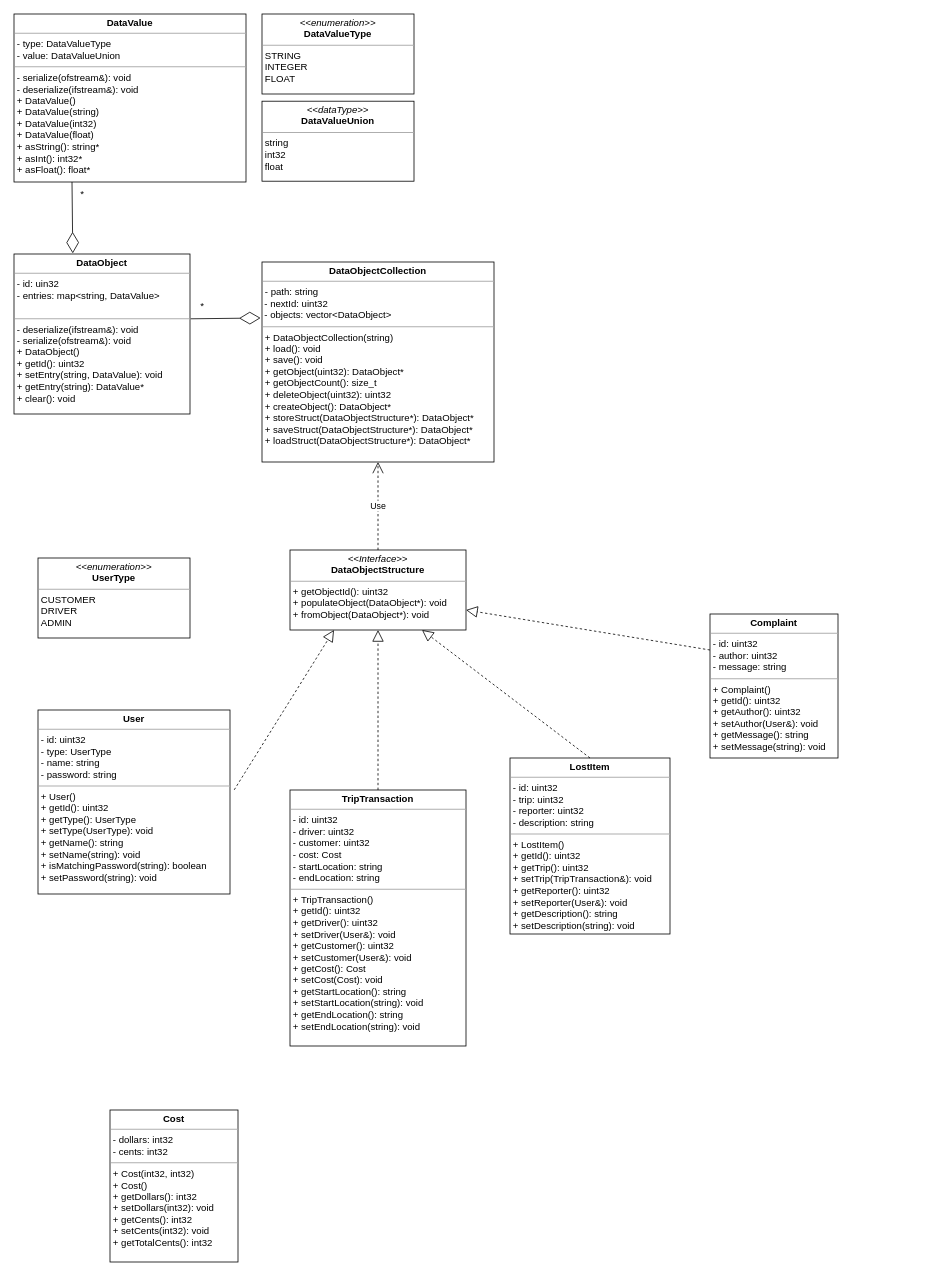
Above: diagrams/UML.drawio in ShoailRafiq/CS103A2 (draw.io), before the change. Source tidied: cells renumbered, new cells numbered last; positions are measured from the earlier drawing's top-left corner, leaving out a move shared by most shapes. Both pictures are drawn from the tidied source at 80%, with x=0, y=0 at pixel (14, 14).
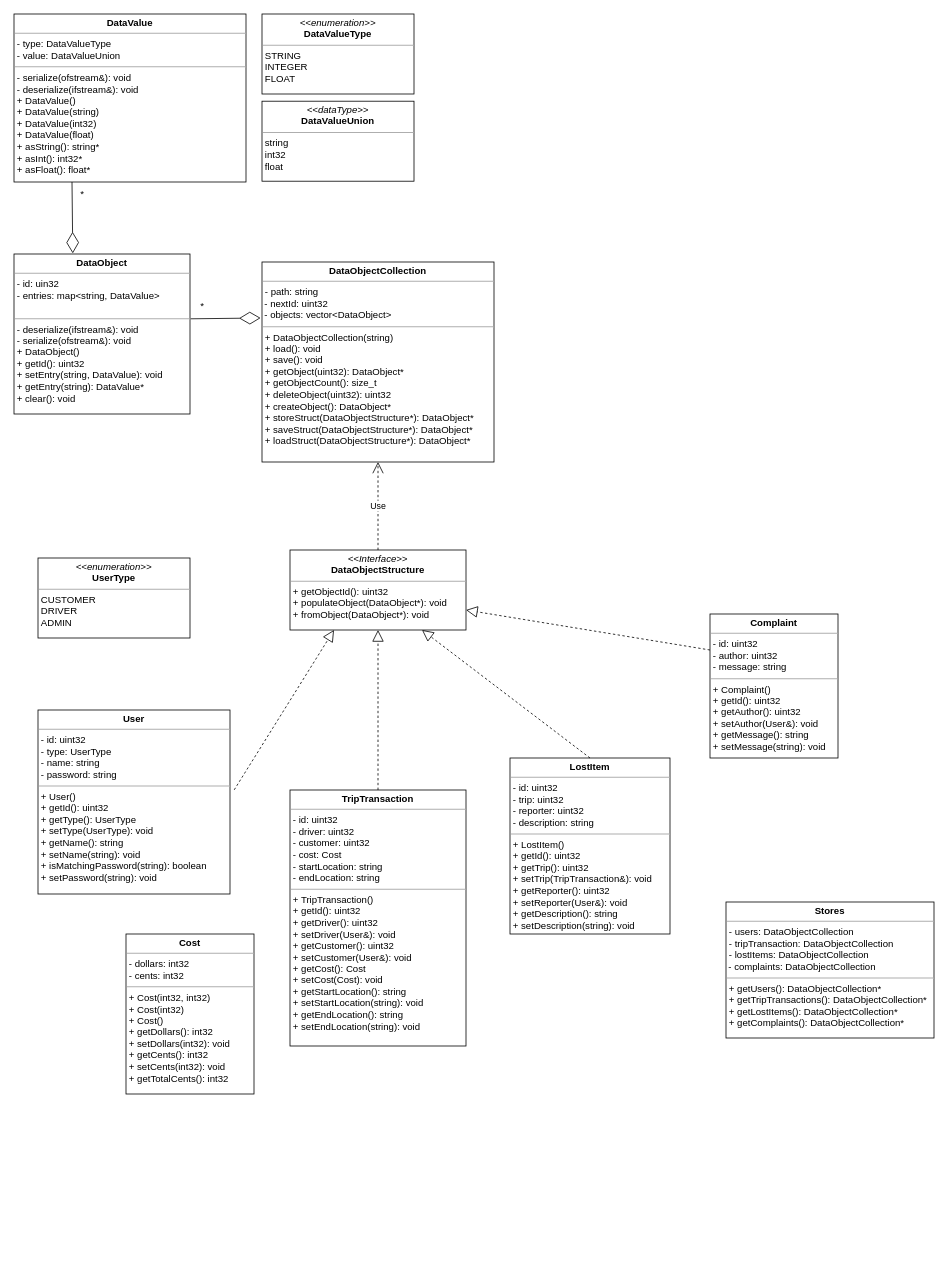
The same page after the edit.

The edit, as a diff of the source:
```diff
@@
-    <mxCell id="22" value="&lt;p style=&quot;margin:0px;margin-top:4px;text-align:center;&quot;&gt;&lt;b&gt;Cost&lt;/b&gt;&lt;/p&gt;&lt;hr size=&quot;1&quot;&gt;&lt;p style=&quot;margin:0px;margin-left:4px;&quot;&gt;- dollars: int32&lt;/p&gt;&lt;p style=&quot;margin:0px;margin-left:4px;&quot;&gt;- cents: int32&lt;/p&gt;&lt;hr size=&quot;1&quot;&gt;&lt;p style=&quot;margin:0px;margin-left:4px;&quot;&gt;+ Cost(int32, int32)&lt;/p&gt;&lt;p style=&quot;margin:0px;margin-left:4px;&quot;&gt;+ Cost()&lt;/p&gt;&lt;p style=&quot;margin:0px;margin-left:4px;&quot;&gt;+ getDollars(): int32&lt;/p&gt;&lt;p style=&quot;margin:0px;margin-left:4px;&quot;&gt;+ setDollars(int32): void&lt;/p&gt;&lt;p style=&quot;margin:0px;margin-left:4px;&quot;&gt;+ getCents(): int32&lt;/p&gt;&lt;p style=&quot;margin:0px;margin-left:4px;&quot;&gt;+ setCents(int32): void&lt;/p&gt;&lt;p style=&quot;margin:0px;margin-left:4px;&quot;&gt;+ getTotalCents(): int32&lt;/p&gt;&lt;p style=&quot;margin:0px;margin-left:4px;&quot;&gt;&lt;br&gt;&lt;/p&gt;&lt;p style=&quot;margin:0px;margin-left:4px;&quot;&gt;&lt;br&gt;&lt;/p&gt;" style="verticalAlign=top;align=left;overflow=fill;fontSize=12;fontFamily=Helvetica;html=1;whiteSpace=wrap;" parent="1" vertex="1">
-      <mxGeometry x="120" y="1370" width="160" height="190" as="geometry" />
+    <mxCell id="22" value="&lt;p style=&quot;margin:0px;margin-top:4px;text-align:center;&quot;&gt;&lt;b&gt;Cost&lt;/b&gt;&lt;/p&gt;&lt;hr size=&quot;1&quot;&gt;&lt;p style=&quot;margin:0px;margin-left:4px;&quot;&gt;- dollars: int32&lt;/p&gt;&lt;p style=&quot;margin:0px;margin-left:4px;&quot;&gt;- cents: int32&lt;/p&gt;&lt;hr size=&quot;1&quot;&gt;&lt;p style=&quot;margin:0px;margin-left:4px;&quot;&gt;+ Cost(int32, int32)&lt;/p&gt;&lt;p style=&quot;margin:0px;margin-left:4px;&quot;&gt;+ Cost(int32)&lt;/p&gt;&lt;p style=&quot;margin:0px;margin-left:4px;&quot;&gt;+ Cost()&lt;/p&gt;&lt;p style=&quot;margin:0px;margin-left:4px;&quot;&gt;+ getDollars(): int32&lt;/p&gt;&lt;p style=&quot;margin:0px;margin-left:4px;&quot;&gt;+ setDollars(int32): void&lt;/p&gt;&lt;p style=&quot;margin:0px;margin-left:4px;&quot;&gt;+ getCents(): int32&lt;/p&gt;&lt;p style=&quot;margin:0px;margin-left:4px;&quot;&gt;+ setCents(int32): void&lt;/p&gt;&lt;p style=&quot;margin:0px;margin-left:4px;&quot;&gt;+ getTotalCents(): int32&lt;/p&gt;&lt;p style=&quot;margin:0px;margin-left:4px;&quot;&gt;&lt;br&gt;&lt;/p&gt;&lt;p style=&quot;margin:0px;margin-left:4px;&quot;&gt;&lt;br&gt;&lt;/p&gt;" style="verticalAlign=top;align=left;overflow=fill;fontSize=12;fontFamily=Helvetica;html=1;whiteSpace=wrap;" parent="1" vertex="1">
+      <mxGeometry x="140" y="1150" width="160" height="200" as="geometry" />
     </mxCell>
+    <mxCell id="23" value="&lt;p style=&quot;margin:0px;margin-top:4px;text-align:center;&quot;&gt;&lt;b&gt;Stores&lt;/b&gt;&lt;/p&gt;&lt;hr size=&quot;1&quot;&gt;&lt;p style=&quot;margin:0px;margin-left:4px;&quot;&gt;- users: DataObjectCollection&lt;/p&gt;&lt;p style=&quot;margin:0px;margin-left:4px;&quot;&gt;- tripTransaction: DataObjectCollection&lt;/p&gt;&lt;p style=&quot;margin:0px;margin-left:4px;&quot;&gt;- lostItems: DataObjectCollection&lt;/p&gt;&amp;nbsp;- complaints: DataObjectCollection&lt;br&gt;&lt;hr size=&quot;1&quot;&gt;&lt;p style=&quot;margin:0px;margin-left:4px;&quot;&gt;+ getUsers(): DataObjectCollection*&lt;/p&gt;&lt;p style=&quot;margin:0px;margin-left:4px;&quot;&gt;+ getTripTransactions(): DataObjectCollection*&lt;/p&gt;&lt;p style=&quot;margin:0px;margin-left:4px;&quot;&gt;+ getLostItems(): DataObjectCollection*&lt;/p&gt;&lt;p style=&quot;margin:0px;margin-left:4px;&quot;&gt;+ getComplaints(): DataObjectCollection*&lt;/p&gt;" style="verticalAlign=top;align=left;overflow=fill;fontSize=12;fontFamily=Helvetica;html=1;whiteSpace=wrap;" parent="1" vertex="1">
+      <mxGeometry x="890" y="1110" width="260" height="170" as="geometry" />
+    </mxCell>
```
